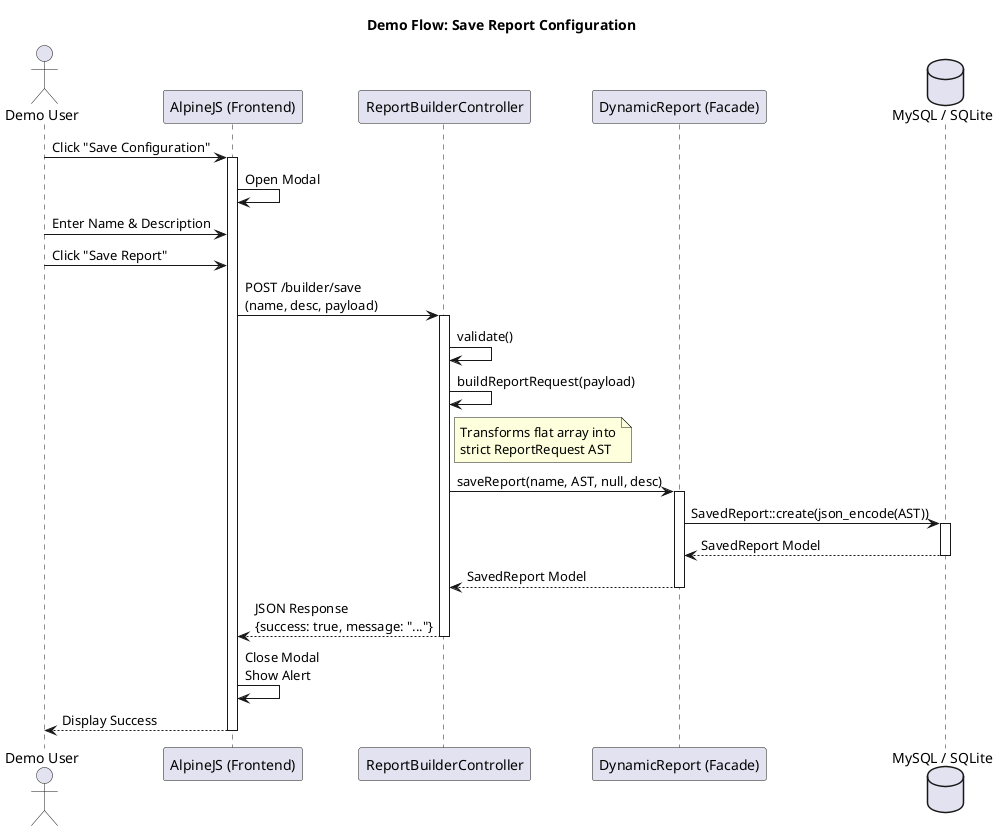
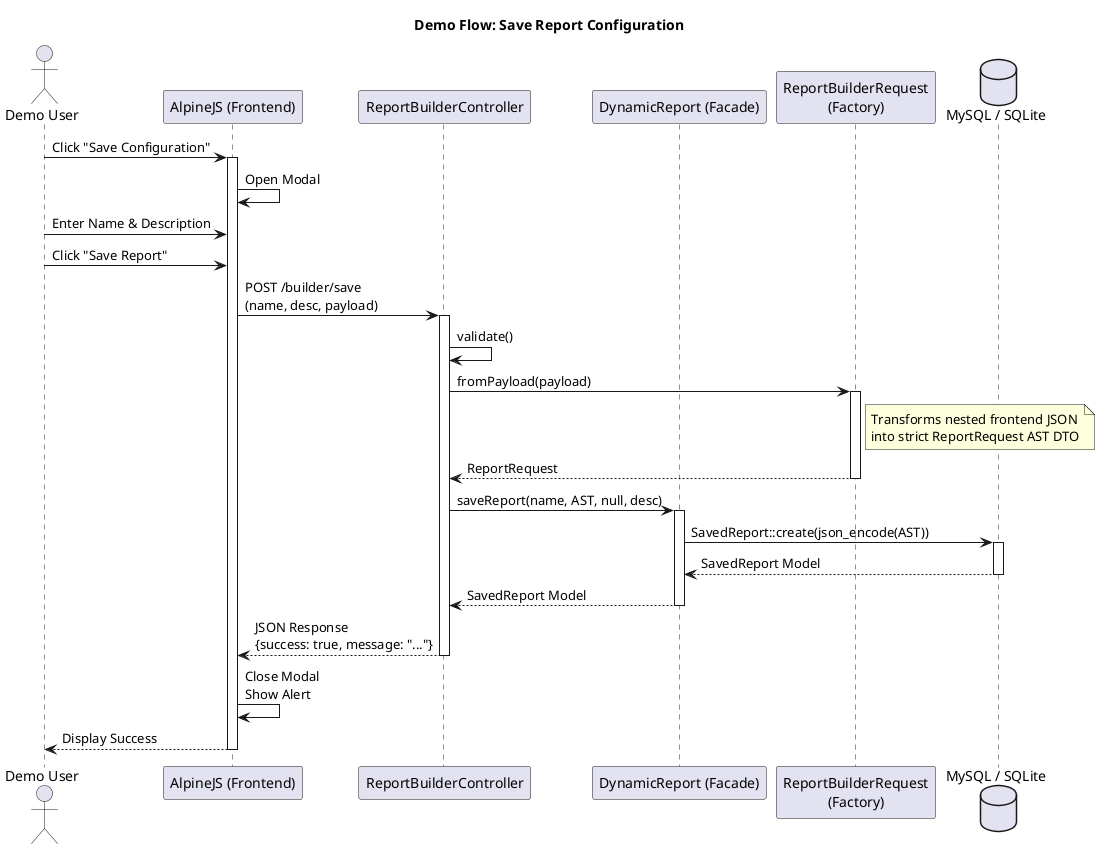
@startuml Demo Save Report
title Demo Flow: Save Report Configuration

actor "Demo User" as User
participant "AlpineJS (Frontend)" as UI
participant "ReportBuilderController" as Controller
participant "DynamicReport (Facade)" as Engine
+ participant "ReportBuilderRequest\n(Factory)" as Factory
database "MySQL / SQLite" as DB

User -> UI : Click "Save Configuration"
activate UI
UI -> UI : Open Modal
User -> UI : Enter Name & Description
User -> UI : Click "Save Report"
UI -> Controller : POST /builder/save\n(name, desc, payload)
activate Controller

Controller -> Controller : validate()
- Controller -> Controller : buildReportRequest(payload)
- note right of Controller: Transforms flat array into\nstrict ReportRequest AST
+ Controller -> Factory : fromPayload(payload)
+ activate Factory
+ note right of Factory: Transforms nested frontend JSON\ninto strict ReportRequest AST DTO
+ Factory --> Controller : ReportRequest
+ deactivate Factory

Controller -> Engine : saveReport(name, AST, null, desc)
activate Engine
Engine -> DB : SavedReport::create(json_encode(AST))
activate DB
DB --> Engine : SavedReport Model
deactivate DB
Engine --> Controller : SavedReport Model
deactivate Engine

Controller --> UI : JSON Response\n{success: true, message: "..."}
deactivate Controller

UI -> UI : Close Modal\nShow Alert
UI --> User : Display Success
deactivate UI

@enduml
